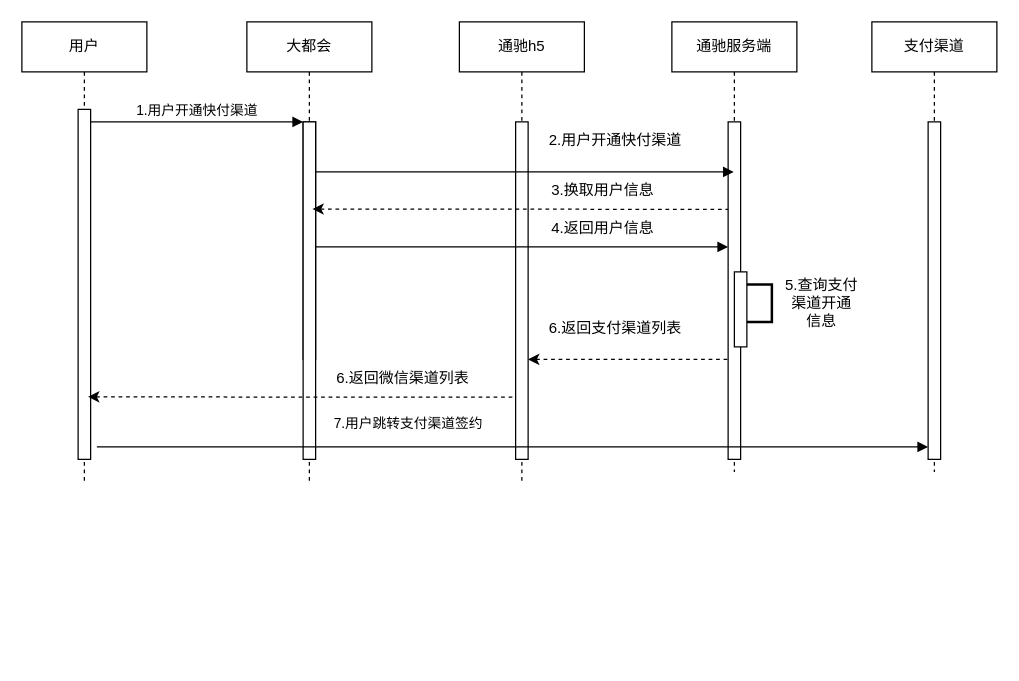
Earlier version of the draw.io diagram user.drawio (jaysanddy/cloud-config). Source tidied: cells renumbered, new cells numbered last; positions are measured from the earlier drawing's top-left corner, leaving out a move shared by most shapes. Both pictures are drawn from the tidied source at 125%, with x=0, y=0 at pixel (21, 21).
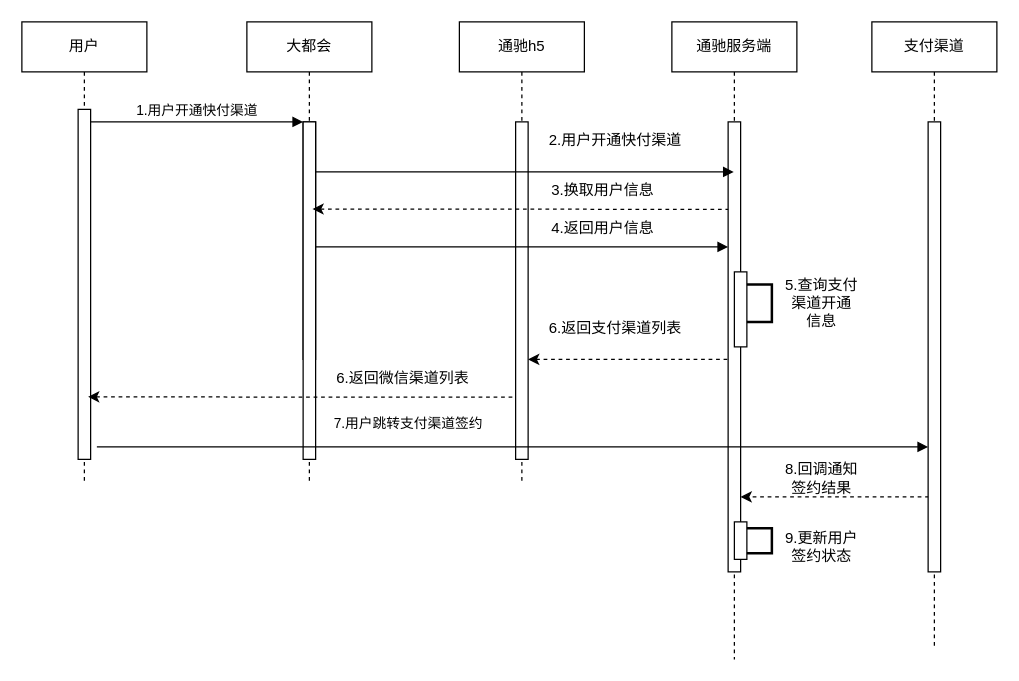
The same diagram, later.

The edit, as a diff of the source:
```diff
@@
     <mxCell id="10" value="通驰服务端" style="shape=umlLifeline;perimeter=lifelinePerimeter;whiteSpace=wrap;html=1;outlineConnect=0;portConstraint=eastwest;newEdgeStyle={&quot;edgeStyle&quot;:&quot;elbowEdgeStyle&quot;,&quot;elbow&quot;:&quot;vertical&quot;,&quot;curved&quot;:0,&quot;rounded&quot;:0};" parent="1" vertex="1">
-      <mxGeometry x="520" width="100" height="360" as="geometry" />
+      <mxGeometry x="520" width="100" height="510" as="geometry" />
     </mxCell>
     <mxCell id="11" style="html=1;points=[];perimeter=orthogonalPerimeter;outlineConnect=0;targetShapes=umlLifeline;portConstraint=eastwest;newEdgeStyle={&quot;edgeStyle&quot;:&quot;elbowEdgeStyle&quot;,&quot;elbow&quot;:&quot;vertical&quot;,&quot;curved&quot;:0,&quot;rounded&quot;:0};" parent="10" vertex="1">
-      <mxGeometry x="45" y="80" width="10" height="270" as="geometry" />
+      <mxGeometry x="45" y="80" width="10" height="360" as="geometry" />
     </mxCell>
@@
     <mxCell id="21" value="支付渠道" style="shape=umlLifeline;perimeter=lifelinePerimeter;whiteSpace=wrap;html=1;newEdgeStyle={&quot;edgeStyle&quot;:&quot;elbowEdgeStyle&quot;,&quot;elbow&quot;:&quot;vertical&quot;,&quot;curved&quot;:0,&quot;rounded&quot;:0};" parent="1" vertex="1">
-      <mxGeometry x="680" width="100" height="360" as="geometry" />
+      <mxGeometry x="680" width="100" height="500" as="geometry" />
     </mxCell>
     <mxCell id="22" style="html=1;points=[];perimeter=orthogonalPerimeter;outlineConnect=0;targetShapes=umlLifeline;portConstraint=eastwest;newEdgeStyle={&quot;edgeStyle&quot;:&quot;elbowEdgeStyle&quot;,&quot;elbow&quot;:&quot;vertical&quot;,&quot;curved&quot;:0,&quot;rounded&quot;:0};" parent="21" vertex="1">
-      <mxGeometry x="45" y="80" width="10" height="270" as="geometry" />
+      <mxGeometry x="45" y="80" width="10" height="360" as="geometry" />
     </mxCell>
@@
+    <mxCell id="28" style="html=1;verticalAlign=bottom;endArrow=none;edgeStyle=elbowEdgeStyle;elbow=vertical;curved=0;rounded=0;startArrow=classic;startFill=1;endFill=0;dashed=1;" parent="1" edge="1" source="11" target="22">
+      <mxGeometry relative="1" as="geometry">
+        <Array as="points">
+          <mxPoint x="580" y="380" />
+        </Array>
+      </mxGeometry>
+    </mxCell>
+    <mxCell id="29" value="8.回调通知签约结果" style="text;html=1;align=center;verticalAlign=middle;whiteSpace=wrap;rounded=0;" parent="1" vertex="1">
+      <mxGeometry x="610" y="350" width="60" height="30" as="geometry" />
+    </mxCell>
+    <mxCell id="30" style="rounded=0;whiteSpace=wrap;html=1;" parent="1" vertex="1">
+      <mxGeometry x="570" y="400" width="10" height="30" as="geometry" />
+    </mxCell>
+    <mxCell id="31" style="strokeWidth=2;html=1;shape=mxgraph.flowchart.annotation_1;align=left;direction=west;" parent="1" vertex="1">
+      <mxGeometry x="580" y="405" width="20" height="20" as="geometry" />
+    </mxCell>
+    <mxCell id="32" value="9.更新用户签约状态" style="text;html=1;align=center;verticalAlign=middle;whiteSpace=wrap;rounded=0;" parent="1" vertex="1">
+      <mxGeometry x="610" y="405" width="60" height="30" as="geometry" />
+    </mxCell>
```
